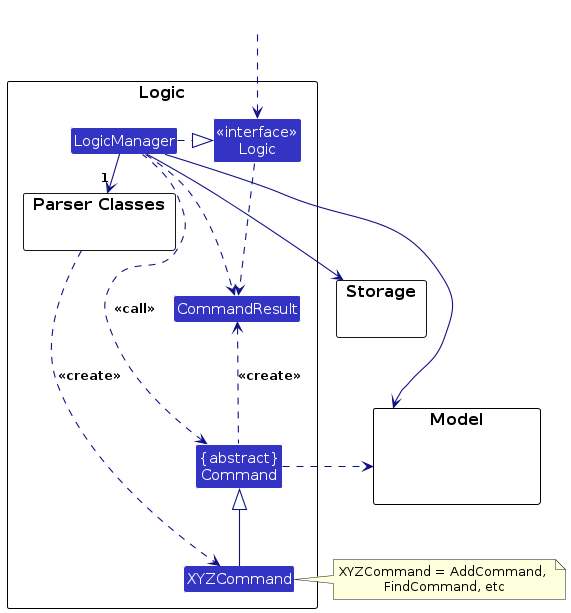
This is diagrams/LogicClassDiagram.png from AY2627S1-CS2103T-T11-4/tp, a PlantUML export, as it was before one commit. Its source is kept beside it as diagrams/LogicClassDiagram.puml. Its diagram source:
```plantuml
@startuml
!include style.puml
skinparam arrowThickness 1.1
skinparam arrowColor LOGIC_COLOR_T4
skinparam classBackgroundColor LOGIC_COLOR

package Logic as LogicPackage {

package "Parser Classes" as ParserClasses{
}
Class XYZCommand
Class CommandResult
Class "{abstract}\nCommand" as Command


Class "<<interface>>\nLogic" as Logic
Class LogicManager
}

package Model {
Class HiddenModel #FFFFFF
}

package Storage {
}

Class HiddenOutside #FFFFFF
HiddenOutside ..> Logic

LogicManager .right.|> Logic
LogicManager -right->"1" ParserClasses
ParserClasses ..> XYZCommand : <<create>>

XYZCommand -up-|> Command
LogicManager .left.> Command : <<call>>

LogicManager --> Model
LogicManager --> Storage
Storage --[hidden] Model
Command .[hidden]up.> Storage
Command .right.> Model
note right of XYZCommand: XYZCommand = AddCommand, \nFindCommand, etc

Logic ..> CommandResult
LogicManager .down.> CommandResult
Command .up.> CommandResult : <<create>>
@enduml
```
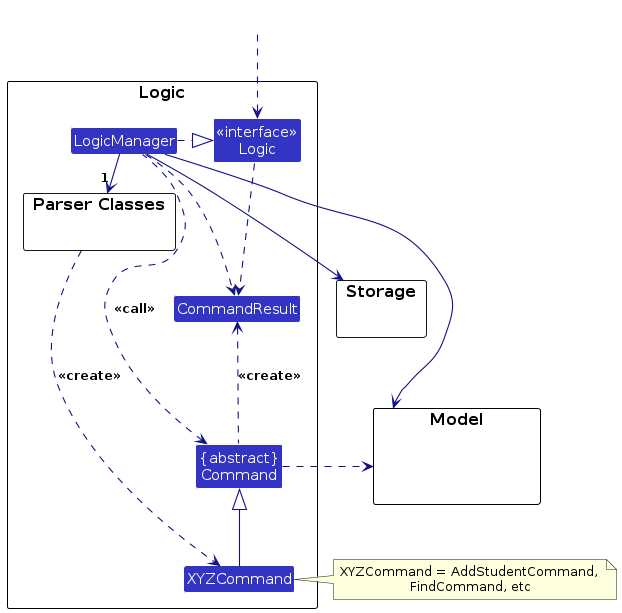
The same file after the commit.

The edit, as a diff of the source:
```diff
@@ -39,7 +39,7 @@
 Storage --[hidden] Model
 Command .[hidden]up.> Storage
 Command .right.> Model
-note right of XYZCommand: XYZCommand = AddCommand, \nFindCommand, etc
+note right of XYZCommand: XYZCommand = AddStudentCommand, \nFindCommand, etc
 
 Logic ..> CommandResult
 LogicManager .down.> CommandResult
```
